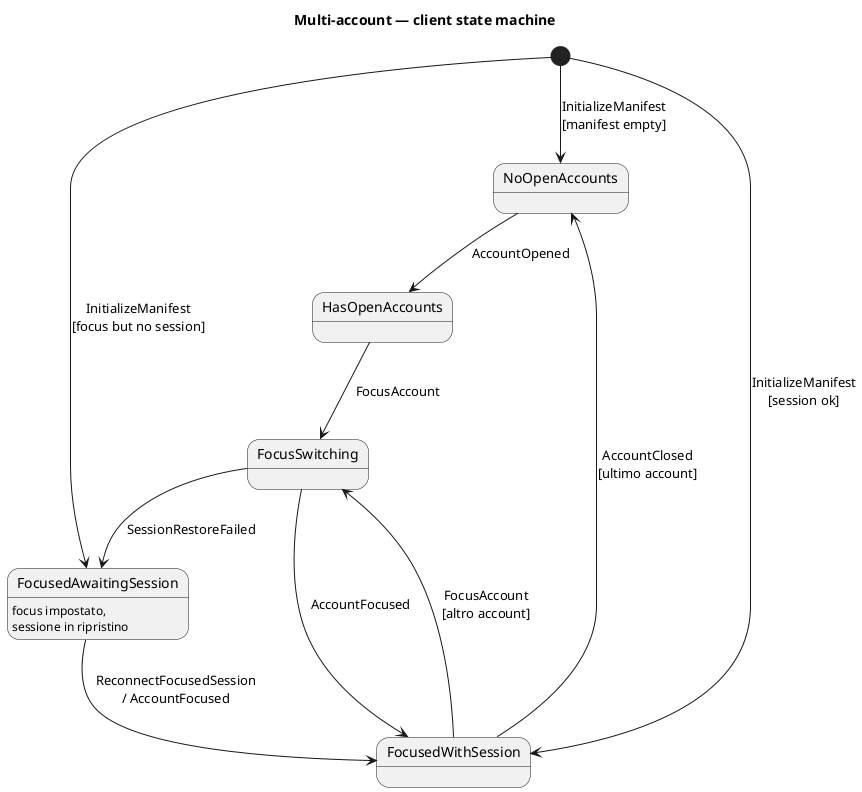
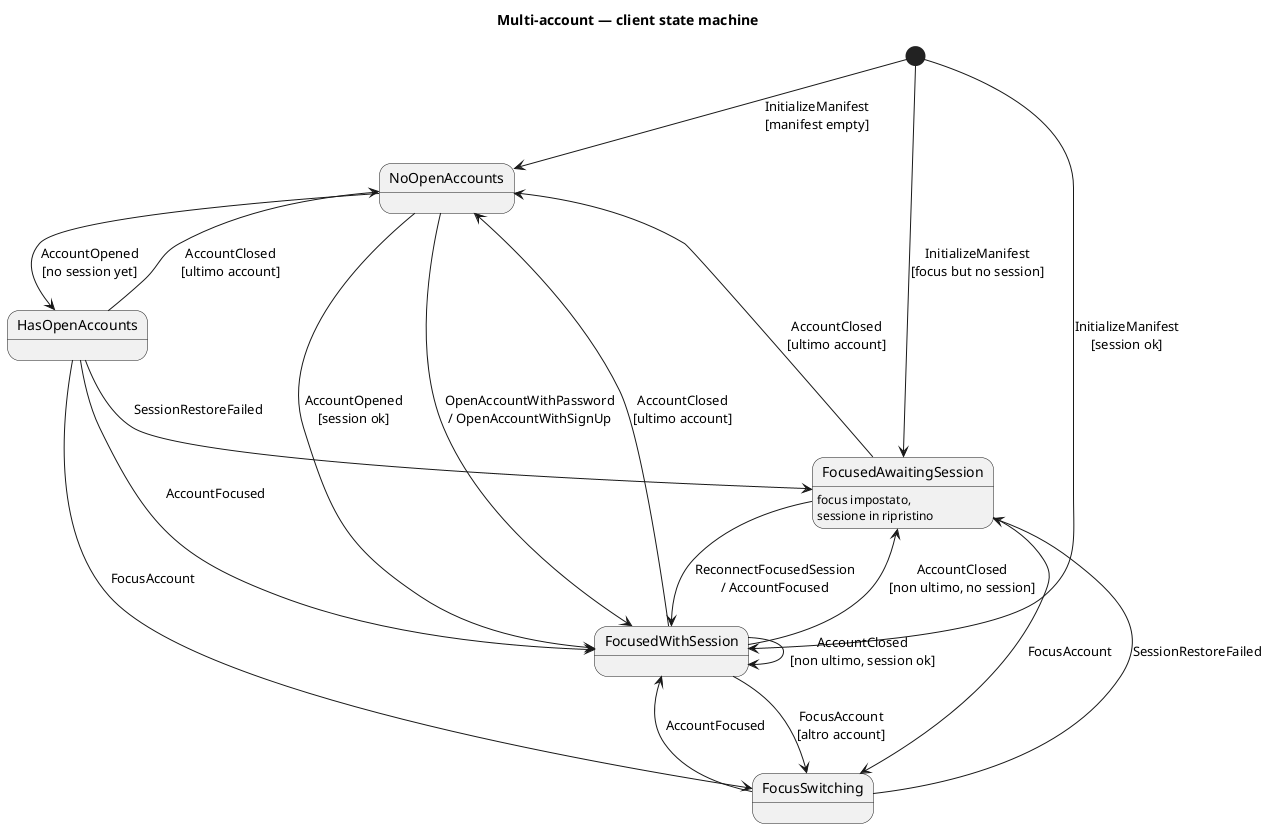
@startuml multi-account-state
' Context: multi-account
' SDD: PROM-MULTI-ACCOUNT
' Revision: 2026-07-18

title Multi-account — client state machine

state NoOpenAccounts
state HasOpenAccounts
state FocusSwitching
state FocusedWithSession
state FocusedAwaitingSession : focus impostato,\nsessione in ripristino

[*] --> NoOpenAccounts : InitializeManifest\n[manifest empty]
[*] --> FocusedWithSession : InitializeManifest\n[session ok]
[*] --> FocusedAwaitingSession : InitializeManifest\n[focus but no session]

- NoOpenAccounts --> HasOpenAccounts : AccountOpened
+ NoOpenAccounts --> HasOpenAccounts : AccountOpened\n[no session yet]
+ NoOpenAccounts --> FocusedWithSession : AccountOpened\n[session ok]
+ NoOpenAccounts --> FocusedWithSession : OpenAccountWithPassword\n/ OpenAccountWithSignUp
+ 
HasOpenAccounts --> FocusSwitching : FocusAccount
+ HasOpenAccounts --> FocusedWithSession : AccountFocused
+ HasOpenAccounts --> NoOpenAccounts : AccountClosed\n[ultimo account]
+ 
+ HasOpenAccounts --> FocusedAwaitingSession : SessionRestoreFailed
+ 
+ FocusedWithSession --> FocusSwitching : FocusAccount\n[altro account]
+ FocusedWithSession --> NoOpenAccounts : AccountClosed\n[ultimo account]
+ FocusedWithSession --> FocusedWithSession : AccountClosed\n[non ultimo, session ok]
+ FocusedWithSession --> FocusedAwaitingSession : AccountClosed\n[non ultimo, no session]
+ 
+ FocusedAwaitingSession --> FocusSwitching : FocusAccount
+ FocusedAwaitingSession --> FocusedWithSession : ReconnectFocusedSession\n/ AccountFocused
+ FocusedAwaitingSession --> NoOpenAccounts : AccountClosed\n[ultimo account]
+ 
FocusSwitching --> FocusedWithSession : AccountFocused
FocusSwitching --> FocusedAwaitingSession : SessionRestoreFailed

- FocusedWithSession --> FocusSwitching : FocusAccount\n[altro account]
- FocusedAwaitingSession --> FocusedWithSession : ReconnectFocusedSession\n/ AccountFocused
- FocusedWithSession --> NoOpenAccounts : AccountClosed\n[ultimo account]
- 
@enduml
